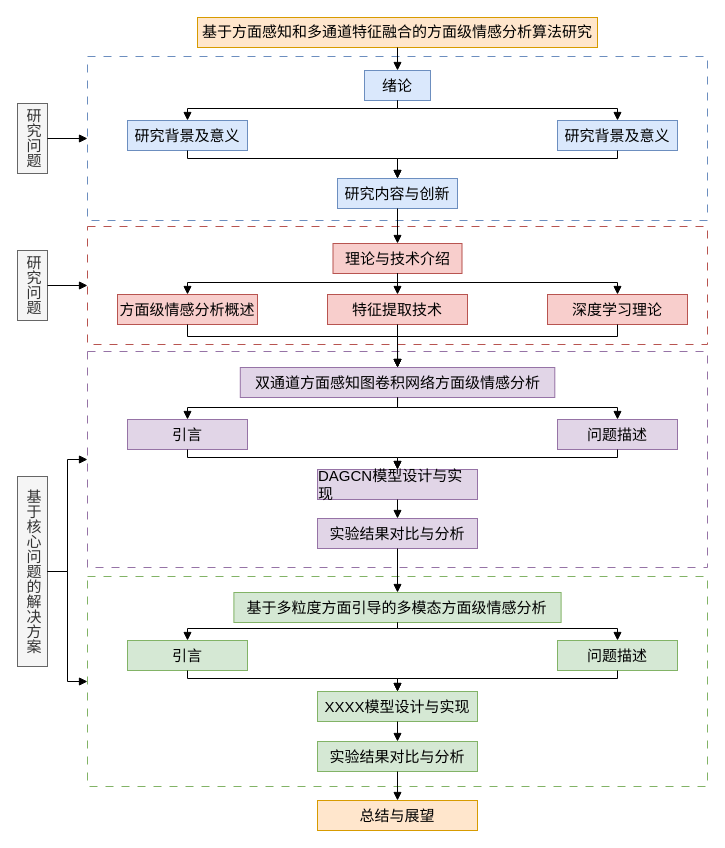
This is machine-learning/organizationStructure.drawio from zhaicao/images, a draw.io file, before an edit. Source tidied: cells renumbered, new cells numbered last; positions are measured from the earlier drawing's top-left corner, leaving out a move shared by most shapes. Both pictures are drawn from the tidied source at 100%, with x=0, y=0 at pixel (17, 17).
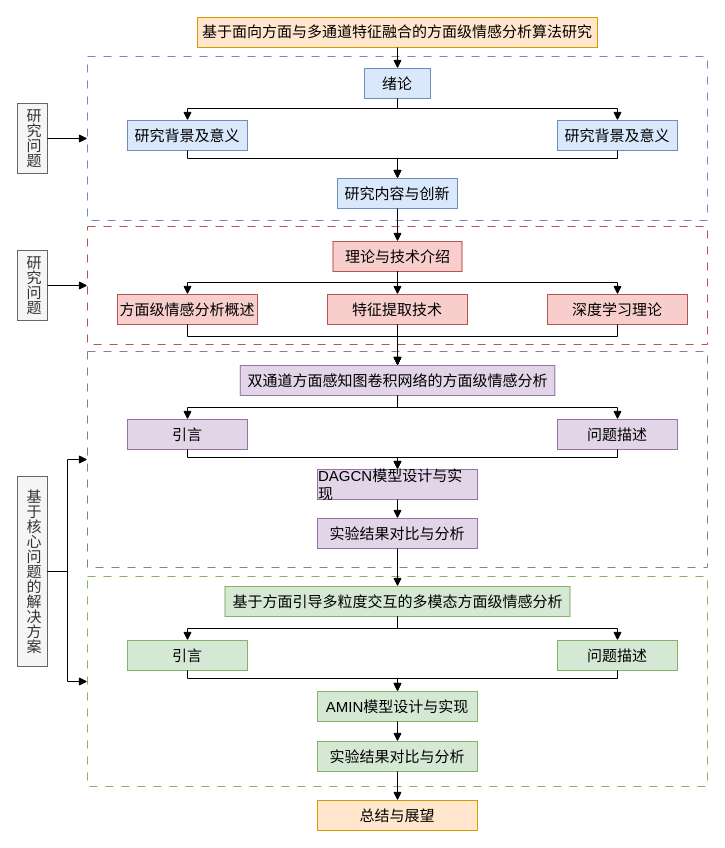
After the change.

Change to the diagram source:
```diff
@@
-    <mxCell id="3" value="&lt;font&gt;&lt;font style=&quot;text-align: left;&quot;&gt;&lt;span style=&quot;line-height: 22.5px; font-family: 黑体;&quot;&gt;基于方面感知和多通道特征融合的&lt;/span&gt;&lt;/font&gt;&lt;span style=&quot;color: light-dark(rgb(0, 0, 0), rgb(255, 255, 255)); text-align: left; background-color: transparent; font-family: 黑体;&quot;&gt;方面级情感分析算法研究&lt;/span&gt;&lt;/font&gt;" style="rounded=0;whiteSpace=wrap;html=1;fontSize=15;fillColor=#ffe6cc;strokeColor=#d79b00;" parent="1" vertex="1">
+    <mxCell id="3" value="&lt;font&gt;&lt;font style=&quot;text-align: left;&quot;&gt;&lt;span style=&quot;line-height: 22.5px; font-family: 黑体;&quot;&gt;基于面向方面与多通道特征融合的&lt;/span&gt;&lt;/font&gt;&lt;span style=&quot;color: light-dark(rgb(0, 0, 0), rgb(255, 255, 255)); text-align: left; background-color: transparent; font-family: 黑体;&quot;&gt;方面级情感分析算法研究&lt;/span&gt;&lt;/font&gt;" style="rounded=0;whiteSpace=wrap;html=1;fontSize=15;fillColor=#ffe6cc;strokeColor=#d79b00;" parent="1" vertex="1">
       <mxGeometry x="180" width="400" height="30" as="geometry" />
     </mxCell>
     <mxCell id="4" value="&lt;div style=&quot;text-align: left;&quot;&gt;&lt;span style=&quot;background-color: transparent; color: light-dark(rgb(0, 0, 0), rgb(255, 255, 255));&quot;&gt;&lt;font face=&quot;黑体&quot;&gt;绪论&lt;/font&gt;&lt;/span&gt;&lt;/div&gt;" style="rounded=0;whiteSpace=wrap;html=1;fontSize=15;fillColor=#dae8fc;strokeColor=#6c8ebf;" parent="1" vertex="1">
-      <mxGeometry x="347" y="53" width="66" height="30" as="geometry" />
+      <mxGeometry x="347" y="51" width="66" height="30" as="geometry" />
     </mxCell>
@@
     <mxCell id="9" value="&lt;div style=&quot;text-align: left;&quot;&gt;&lt;span style=&quot;background-color: transparent; color: light-dark(rgb(0, 0, 0), rgb(255, 255, 255));&quot;&gt;&lt;font face=&quot;黑体&quot;&gt;理论与技术介绍&lt;/font&gt;&lt;/span&gt;&lt;/div&gt;" style="rounded=0;whiteSpace=wrap;html=1;fontSize=15;fillColor=#f8cecc;strokeColor=#b85450;" parent="1" vertex="1">
-      <mxGeometry x="315.5" y="226" width="129" height="30" as="geometry" />
+      <mxGeometry x="315.5" y="224" width="129" height="30" as="geometry" />
     </mxCell>
@@
-    <mxCell id="14" value="&lt;div style=&quot;text-align: left;&quot;&gt;&lt;span style=&quot;background-color: transparent; color: light-dark(rgb(0, 0, 0), rgb(255, 255, 255));&quot;&gt;&lt;font face=&quot;黑体&quot;&gt;双通道方面感知图卷积网络方面级情感分析&lt;/font&gt;&lt;/span&gt;&lt;/div&gt;" style="rounded=0;whiteSpace=wrap;html=1;fontSize=15;fillColor=#e1d5e7;strokeColor=#9673a6;" parent="1" vertex="1">
-      <mxGeometry x="222.8" y="350" width="314.5" height="30" as="geometry" />
+    <mxCell id="14" value="&lt;div style=&quot;text-align: left;&quot;&gt;&lt;span style=&quot;background-color: transparent; color: light-dark(rgb(0, 0, 0), rgb(255, 255, 255));&quot;&gt;&lt;font face=&quot;黑体&quot;&gt;双通道方面感知图卷积网络的方面级情感分析&lt;/font&gt;&lt;/span&gt;&lt;/div&gt;" style="rounded=0;whiteSpace=wrap;html=1;fontSize=15;fillColor=#e1d5e7;strokeColor=#9673a6;" parent="1" vertex="1">
+      <mxGeometry x="222.8" y="348" width="314.5" height="30" as="geometry" />
     </mxCell>
@@
-    <mxCell id="20" value="&lt;div style=&quot;text-align: left;&quot;&gt;&lt;span style=&quot;background-color: transparent; color: light-dark(rgb(0, 0, 0), rgb(255, 255, 255));&quot;&gt;&lt;font face=&quot;黑体&quot;&gt;基于多粒度方面引导的多模态方面级情感分析&lt;/font&gt;&lt;/span&gt;&lt;/div&gt;" style="rounded=0;whiteSpace=wrap;html=1;fontSize=15;fillColor=#d5e8d4;strokeColor=#82b366;" parent="1" vertex="1">
-      <mxGeometry x="216.4" y="575" width="327.2" height="30" as="geometry" />
+    <mxCell id="20" value="&lt;div style=&quot;text-align: left;&quot;&gt;&lt;span style=&quot;background-color: transparent; color: light-dark(rgb(0, 0, 0), rgb(255, 255, 255));&quot;&gt;&lt;font face=&quot;黑体&quot;&gt;基于方面引导多粒度交互的多模态方面级情感分析&lt;/font&gt;&lt;/span&gt;&lt;/div&gt;" style="rounded=0;whiteSpace=wrap;html=1;fontSize=15;fillColor=#d5e8d4;strokeColor=#82b366;" parent="1" vertex="1">
+      <mxGeometry x="207.5" y="569" width="345" height="30" as="geometry" />
     </mxCell>
@@
-    <mxCell id="22" value="&lt;div style=&quot;text-align: left;&quot;&gt;&lt;span style=&quot;background-color: transparent; color: light-dark(rgb(0, 0, 0), rgb(255, 255, 255));&quot;&gt;&lt;font face=&quot;黑体&quot;&gt;XXXX模型设计与实现&lt;/font&gt;&lt;/span&gt;&lt;/div&gt;" style="rounded=0;whiteSpace=wrap;html=1;fontSize=15;fillColor=#d5e8d4;strokeColor=#82b366;" parent="1" vertex="1">
+    <mxCell id="22" value="&lt;div style=&quot;text-align: left;&quot;&gt;&lt;span style=&quot;background-color: transparent; color: light-dark(rgb(0, 0, 0), rgb(255, 255, 255));&quot;&gt;&lt;font face=&quot;黑体&quot;&gt;AMIN模型设计与实现&lt;/font&gt;&lt;/span&gt;&lt;/div&gt;" style="rounded=0;whiteSpace=wrap;html=1;fontSize=15;fillColor=#d5e8d4;strokeColor=#82b366;" parent="1" vertex="1">
       <mxGeometry x="300" y="674" width="160" height="30" as="geometry" />
     </mxCell>
@@
-    <mxCell id="32" style="endArrow=block;html=1;rounded=0;endFill=1;exitX=0.5;exitY=1;exitDx=0;exitDy=0;fillColor=#dae8fc;strokeColor=#000000;" parent="1" edge="1" source="3">
-      <mxGeometry relative="1" as="geometry">
-        <mxPoint x="380" y="53" as="targetPoint" />
-      </mxGeometry>
+    <mxCell id="32" style="endArrow=block;html=1;rounded=0;endFill=1;exitX=0.5;exitY=1;exitDx=0;exitDy=0;fillColor=#dae8fc;strokeColor=#000000;entryX=0.5;entryY=0;entryDx=0;entryDy=0;" parent="1" edge="1" source="3" target="4">
+      <mxGeometry relative="1" as="geometry" />
     </mxCell>
```
